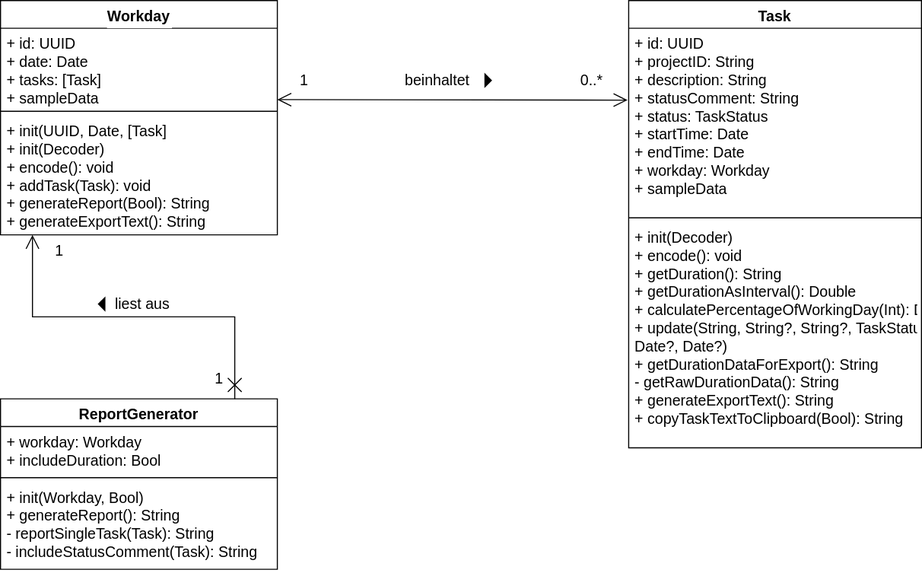
Obnoxieux/mtimelog keeps this draw.io diagram as Docs/Klassendiagramm.drawio.svg. Above is the earlier version. Source tidied: cells renumbered, new cells last; positions are measured from the earlier drawing's top-left corner, leaving out a move shared by most shapes.
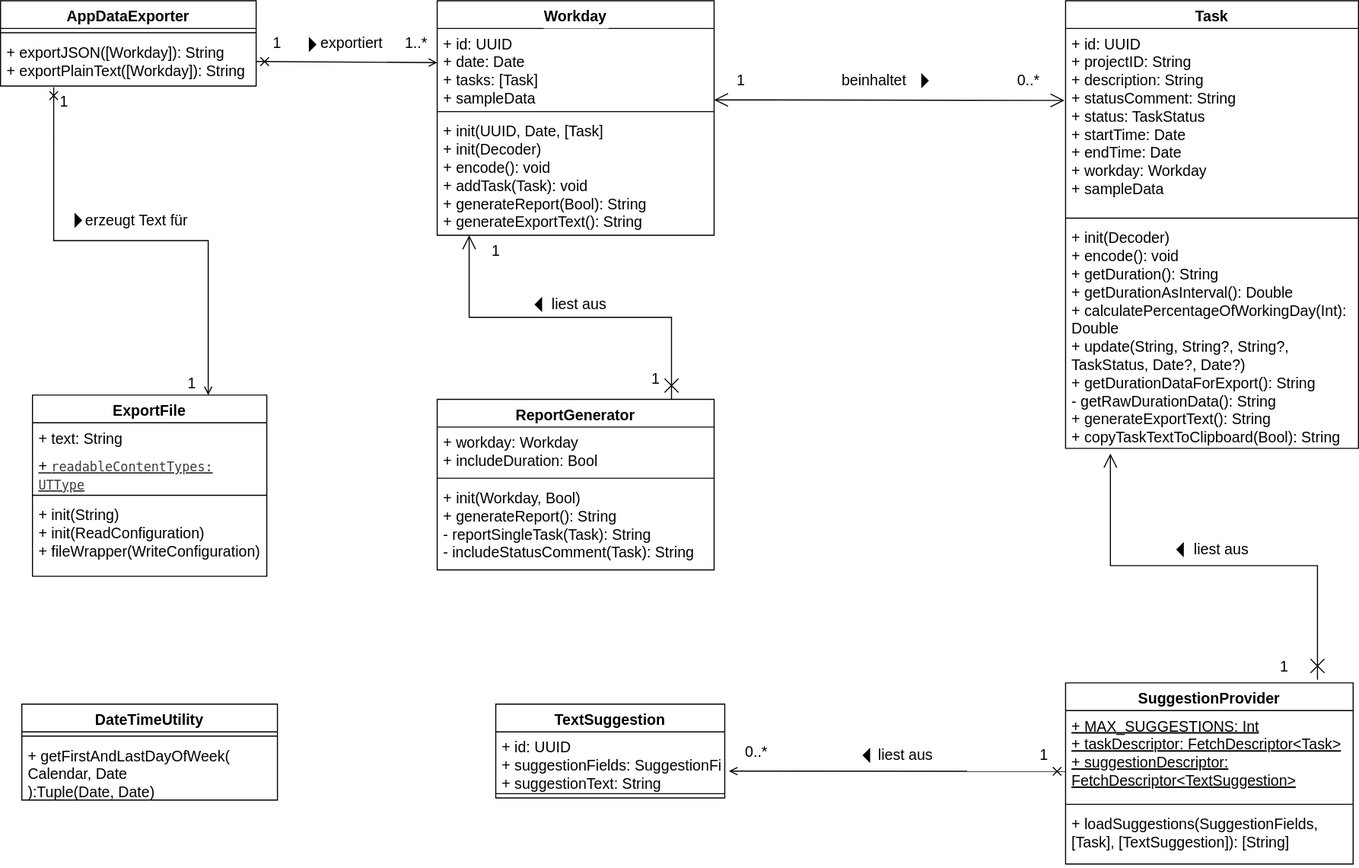
Above is the later version.

Commit message:
docs: finish extended class diagram

What changed in the source:
```diff
@@ -11,7 +11,7 @@
     <mxCell id="4" style="line;strokeWidth=1;fillColor=none;align=left;verticalAlign=middle;spacingTop=-1;spacingLeft=3;spacingRight=3;labelPosition=right;strokeColor=inherit;fontSize=14;" parent="2" vertex="1">
       <mxGeometry y="200" width="275" height="8" as="geometry" />
     </mxCell>
-    <mxCell id="5" value="+ init(Decoder)&#10;+ encode(): void&#10;+ getDuration(): String&#10;+ getDurationAsInterval(): Double&#10;+ calculatePercentageOfWorkingDay(Int): Double&#10;+ update(String, String?, String?, TaskStatus,&#10;    Date?, Date?)&#10;+ getDurationDataForExport(): String&#10;- getRawDurationData(): String&#10;+ generateExportText(): String&#10;+ copyTaskTextToClipboard(Bool): String" style="text;strokeColor=none;fillColor=none;align=left;verticalAlign=top;spacingLeft=4;spacingRight=4;overflow=hidden;points=[[0,0.5],[1,0.5]];portConstraint=eastwest;fontSize=14;" parent="2" vertex="1">
+    <mxCell id="5" value="+ init(Decoder)&#10;+ encode(): void&#10;+ getDuration(): String&#10;+ getDurationAsInterval(): Double&#10;+ calculatePercentageOfWorkingDay(Int): &#10;Double&#10;+ update(String, String?, String?, &#10;TaskStatus, Date?, Date?)&#10;+ getDurationDataForExport(): String&#10;- getRawDurationData(): String&#10;+ generateExportText(): String&#10;+ copyTaskTextToClipboard(Bool): String" style="text;strokeColor=none;fillColor=none;align=left;verticalAlign=top;spacingLeft=4;spacingRight=4;overflow=hidden;points=[[0,0.5],[1,0.5]];portConstraint=eastwest;fontSize=14;" parent="2" vertex="1">
       <mxGeometry y="208" width="275" height="212" as="geometry" />
     </mxCell>
     <mxCell id="6" value="Workday" style="swimlane;fontStyle=1;align=center;verticalAlign=top;horizontal=1;startSize=26;labelBackgroundColor=default;fontSize=14;" parent="1" vertex="1">
@@ -69,7 +69,7 @@
     <mxCell id="21" value="1" style="text;html=1;align=center;verticalAlign=middle;strokeColor=none;fillColor=none;fontSize=14;" parent="1" vertex="1">
       <mxGeometry x="40" y="220" width="30" height="30" as="geometry" />
     </mxCell>
-    <mxCell id="22" style="group;" parent="1" vertex="1">
+    <mxCell id="22" style="group;fontSize=14;" parent="1" vertex="1">
       <mxGeometry x="92" y="270" width="76" height="30" as="geometry" />
     </mxCell>
     <mxCell id="23" style="triangle;fillColor=strokeColor;labelBackgroundColor=none;fontSize=14;rotation=-180;" parent="22" vertex="1">
@@ -78,5 +78,134 @@
     <mxCell id="24" value="liest aus" style="text;html=1;align=center;verticalAlign=middle;strokeColor=none;fillColor=none;fontSize=14;" parent="22" vertex="1">
       <mxGeometry x="6" width="70" height="30" as="geometry" />
     </mxCell>
+    <mxCell id="25" value="TextSuggestion" style="swimlane;fontStyle=1;align=center;verticalAlign=top;horizontal=1;startSize=26;fontSize=14;" parent="1" vertex="1">
+      <mxGeometry x="55" y="660" width="215" height="88" as="geometry" />
+    </mxCell>
+    <mxCell id="26" value="+ id: UUID&#10;+ suggestionFields: SuggestionFields&#10;+ suggestionText: String" style="text;strokeColor=none;fillColor=none;align=left;verticalAlign=top;spacingLeft=4;spacingRight=4;overflow=hidden;points=[[0,0.5],[1,0.5]];portConstraint=eastwest;fontSize=14;" parent="25" vertex="1">
+      <mxGeometry y="26" width="215" height="54" as="geometry" />
+    </mxCell>
+    <mxCell id="27" style="line;strokeWidth=1;fillColor=none;align=left;verticalAlign=middle;spacingTop=-1;spacingLeft=3;spacingRight=3;labelPosition=right;strokeColor=inherit;fontSize=14;" parent="25" vertex="1">
+      <mxGeometry y="80" width="215" height="8" as="geometry" />
+    </mxCell>
+    <mxCell id="28" value="SuggestionProvider" style="swimlane;fontStyle=1;align=center;verticalAlign=top;horizontal=1;startSize=26;fontSize=14;" parent="1" vertex="1">
+      <mxGeometry x="590" y="640" width="270" height="170" as="geometry" />
+    </mxCell>
+    <mxCell id="29" value="+ MAX_SUGGESTIONS: Int&#10;+ taskDescriptor: FetchDescriptor&lt;Task&gt;&#10;+ suggestionDescriptor: &#10;FetchDescriptor&lt;TextSuggestion&gt;" style="text;strokeColor=none;fillColor=none;align=left;verticalAlign=top;spacingLeft=4;spacingRight=4;overflow=hidden;fontStyle=4;fontSize=14;" parent="28" vertex="1">
+      <mxGeometry y="26" width="270" height="84" as="geometry" />
+    </mxCell>
+    <mxCell id="30" style="line;strokeWidth=1;fillColor=none;align=left;verticalAlign=middle;spacingTop=-1;spacingLeft=3;spacingRight=3;labelPosition=right;strokeColor=inherit;fontSize=14;" parent="28" vertex="1">
+      <mxGeometry y="110" width="270" height="8" as="geometry" />
+    </mxCell>
+    <mxCell id="31" value="+ loadSuggestions(SuggestionFields, &#10;[Task], [TextSuggestion]): [String]" style="text;strokeColor=none;fillColor=none;align=left;verticalAlign=top;spacingLeft=4;spacingRight=4;overflow=hidden;fontSize=14;" parent="28" vertex="1">
+      <mxGeometry y="118" width="270" height="52" as="geometry" />
+    </mxCell>
+    <mxCell id="32" value="DateTimeUtility" style="swimlane;fontStyle=1;align=center;verticalAlign=top;horizontal=1;startSize=26;fontSize=14;" parent="1" vertex="1">
+      <mxGeometry x="-390" y="660" width="240" height="90" as="geometry" />
+    </mxCell>
+    <mxCell id="33" style="line;strokeWidth=1;fillColor=none;align=left;verticalAlign=middle;spacingTop=-1;spacingLeft=3;spacingRight=3;labelPosition=right;strokeColor=inherit;fontSize=14;" parent="32" vertex="1">
+      <mxGeometry y="26" width="240" height="8" as="geometry" />
+    </mxCell>
+    <mxCell id="34" value="+ getFirstAndLastDayOfWeek(&#10;Calendar, Date&#10;):Tuple(Date, Date)" style="text;strokeColor=none;fillColor=none;align=left;verticalAlign=top;spacingLeft=4;spacingRight=4;overflow=hidden;fontSize=14;" parent="32" vertex="1">
+      <mxGeometry y="34" width="240" height="56" as="geometry" />
+    </mxCell>
+    <mxCell id="35" value="AppDataExporter" style="swimlane;fontStyle=1;align=center;verticalAlign=top;horizontal=1;startSize=26;fontSize=14;" parent="1" vertex="1">
+      <mxGeometry x="-410" width="240" height="80" as="geometry" />
+    </mxCell>
+    <mxCell id="36" style="line;strokeWidth=1;fillColor=none;align=left;verticalAlign=middle;spacingTop=-1;spacingLeft=3;spacingRight=3;labelPosition=right;strokeColor=inherit;fontSize=14;" parent="35" vertex="1">
+      <mxGeometry y="26" width="240" height="8" as="geometry" />
+    </mxCell>
+    <mxCell id="37" value="+ exportJSON([Workday]): String&#10;+ exportPlainText([Workday]): String" style="text;strokeColor=none;fillColor=none;align=left;verticalAlign=top;spacingLeft=4;spacingRight=4;overflow=hidden;points=[[0,0.5],[1,0.5]];portConstraint=eastwest;fontSize=14;" parent="35" vertex="1">
+      <mxGeometry y="34" width="240" height="46" as="geometry" />
+    </mxCell>
+    <mxCell id="38" value="ExportFile" style="swimlane;fontStyle=1;align=center;verticalAlign=top;horizontal=1;startSize=26;fontSize=14;" parent="1" vertex="1">
+      <mxGeometry x="-380" y="370" width="220" height="170" as="geometry" />
+    </mxCell>
+    <mxCell id="39" value="+ text: String" style="text;strokeColor=none;fillColor=none;align=left;verticalAlign=top;spacingLeft=4;spacingRight=4;overflow=hidden;fontSize=14;" parent="38" vertex="1">
+      <mxGeometry y="26" width="220" height="34" as="geometry" />
+    </mxCell>
+    <mxCell id="40" value="+&amp;nbsp;&lt;span style=&quot;background-color: rgb(255, 255, 255); color: rgb(59, 59, 59); font-family: &amp;quot;Droid Sans Mono&amp;quot;, &amp;quot;monospace&amp;quot;, monospace; font-size: 12px;&quot;&gt;readableContentTypes: UTType&lt;/span&gt;" style="text;html=1;strokeColor=none;fillColor=none;align=left;verticalAlign=middle;whiteSpace=wrap;rounded=0;labelBackgroundColor=none;fontSize=14;fontStyle=4;spacingLeft=4;" parent="38" vertex="1">
+      <mxGeometry y="60" width="220" height="30" as="geometry" />
+    </mxCell>
+    <mxCell id="41" style="line;strokeWidth=1;fillColor=none;align=left;verticalAlign=middle;spacingTop=-1;spacingLeft=3;spacingRight=3;labelPosition=right;strokeColor=inherit;fontSize=14;" parent="38" vertex="1">
+      <mxGeometry y="90" width="220" height="8" as="geometry" />
+    </mxCell>
+    <mxCell id="42" value="+ init(String)&#10;+ init(ReadConfiguration)&#10;+ fileWrapper(WriteConfiguration)" style="text;strokeColor=none;fillColor=none;align=left;verticalAlign=top;spacingLeft=4;spacingRight=4;overflow=hidden;fontSize=14;" parent="38" vertex="1">
+      <mxGeometry y="98" width="220" height="72" as="geometry" />
+    </mxCell>
+    <mxCell id="43" style="endArrow=open;html=1;rounded=0;align=center;verticalAlign=bottom;labelBackgroundColor=none;fontSize=14;exitX=1;exitY=0.5;exitDx=0;exitDy=0;startArrow=cross;startFill=0;endFill=0;" parent="1" edge="1" source="37">
+      <mxGeometry relative="1" as="geometry">
+        <mxPoint y="58" as="targetPoint" />
+      </mxGeometry>
+    </mxCell>
+    <mxCell id="44" style="group;" parent="1" vertex="1">
+      <mxGeometry x="-120" y="25" width="70" height="30" as="geometry" />
+    </mxCell>
+    <mxCell id="45" style="triangle;fillColor=strokeColor;labelBackgroundColor=none;fontSize=14;" parent="44" vertex="1">
+      <mxGeometry y="10" width="6" height="12" as="geometry" />
+    </mxCell>
+    <mxCell id="46" value="exportiert" style="text;html=1;strokeColor=none;fillColor=none;align=center;verticalAlign=middle;whiteSpace=wrap;rounded=0;labelBackgroundColor=none;fontSize=14;" parent="44" vertex="1">
+      <mxGeometry x="10" width="60" height="30" as="geometry" />
+    </mxCell>
+    <mxCell id="47" value="1" style="text;html=1;strokeColor=none;fillColor=none;align=center;verticalAlign=middle;whiteSpace=wrap;rounded=0;labelBackgroundColor=none;fontSize=14;" parent="1" vertex="1">
+      <mxGeometry x="-180" y="25" width="60" height="30" as="geometry" />
+    </mxCell>
+    <mxCell id="48" value="1..*" style="text;html=1;align=center;verticalAlign=middle;strokeColor=none;fillColor=none;fontSize=14;" parent="1" vertex="1">
+      <mxGeometry x="-40" y="25" width="40" height="30" as="geometry" />
+    </mxCell>
+    <mxCell id="49" style="triangle;fillColor=strokeColor;labelBackgroundColor=none;fontSize=14;" parent="1" vertex="1">
+      <mxGeometry x="-340" y="200" width="6" height="12" as="geometry" />
+    </mxCell>
+    <mxCell id="50" style="endArrow=open;html=1;rounded=0;align=center;verticalAlign=bottom;labelBackgroundColor=none;fontSize=14;exitX=0.208;exitY=1.022;exitDx=0;exitDy=0;exitPerimeter=0;entryX=0.75;entryY=0;entryDx=0;entryDy=0;edgeStyle=orthogonalEdgeStyle;startArrow=cross;startFill=0;endFill=0;" parent="1" edge="1" source="37" target="38">
+      <mxGeometry relative="1" as="geometry" />
+    </mxCell>
+    <mxCell id="51" value="erzeugt Text für" style="text;html=1;strokeColor=none;fillColor=none;align=center;verticalAlign=middle;whiteSpace=wrap;rounded=0;labelBackgroundColor=none;fontSize=14;" parent="1" vertex="1">
+      <mxGeometry x="-334" y="191" width="104" height="30" as="geometry" />
+    </mxCell>
+    <mxCell id="52" value="1" style="text;html=1;strokeColor=none;fillColor=none;align=center;verticalAlign=middle;whiteSpace=wrap;rounded=0;labelBackgroundColor=none;fontSize=14;" parent="1" vertex="1">
+      <mxGeometry x="-380" y="80" width="60" height="30" as="geometry" />
+    </mxCell>
+    <mxCell id="53" value="1" style="text;html=1;strokeColor=none;fillColor=none;align=center;verticalAlign=middle;whiteSpace=wrap;rounded=0;labelBackgroundColor=none;fontSize=14;" parent="1" vertex="1">
+      <mxGeometry x="-260" y="344" width="60" height="30" as="geometry" />
+    </mxCell>
+    <mxCell id="54" style="endArrow=cross;html=1;rounded=0;align=center;verticalAlign=bottom;labelBackgroundColor=none;fontSize=14;exitX=1.018;exitY=0.682;exitDx=0;exitDy=0;exitPerimeter=0;startArrow=open;startFill=0;endFill=0;" parent="1" edge="1" source="26">
+      <mxGeometry relative="1" as="geometry">
+        <mxPoint x="590" y="723" as="targetPoint" />
+      </mxGeometry>
+    </mxCell>
+    <mxCell id="55" style="group;" parent="1" vertex="1">
+      <mxGeometry x="400" y="693" width="70" height="30" as="geometry" />
+    </mxCell>
+    <mxCell id="56" style="triangle;fillColor=strokeColor;labelBackgroundColor=none;fontSize=14;direction=west;" parent="55" vertex="1">
+      <mxGeometry y="9" width="6" height="12" as="geometry" />
+    </mxCell>
+    <mxCell id="57" value="liest aus" style="text;html=1;strokeColor=none;fillColor=none;align=center;verticalAlign=middle;whiteSpace=wrap;rounded=0;labelBackgroundColor=none;fontSize=14;" parent="55" vertex="1">
+      <mxGeometry x="10" width="60" height="30" as="geometry" />
+    </mxCell>
+    <mxCell id="58" value="0..*" style="text;html=1;strokeColor=none;fillColor=none;align=center;verticalAlign=middle;whiteSpace=wrap;rounded=0;labelBackgroundColor=none;fontSize=14;" parent="1" vertex="1">
+      <mxGeometry x="270" y="690" width="60" height="30" as="geometry" />
+    </mxCell>
+    <mxCell id="59" value="1" style="text;html=1;strokeColor=none;fillColor=none;align=center;verticalAlign=middle;whiteSpace=wrap;rounded=0;labelBackgroundColor=none;fontSize=14;" parent="1" vertex="1">
+      <mxGeometry x="540" y="693" width="60" height="30" as="geometry" />
+    </mxCell>
+    <mxCell id="60" style="endArrow=open;html=1;rounded=0;align=center;verticalAlign=bottom;labelBackgroundColor=none;fontSize=14;startSize=11;endSize=11;startArrow=cross;startFill=0;endFill=0;entryX=0.153;entryY=1.023;entryDx=0;entryDy=0;entryPerimeter=0;exitX=0.876;exitY=-0.017;exitDx=0;exitDy=0;exitPerimeter=0;edgeStyle=orthogonalEdgeStyle;" parent="1" edge="1" source="28" target="5">
+      <mxGeometry relative="1" as="geometry">
+        <Array as="points">
+          <mxPoint x="827" y="530" />
+          <mxPoint x="632" y="530" />
+        </Array>
+      </mxGeometry>
+    </mxCell>
+    <mxCell id="61" value="1" style="text;html=1;align=center;verticalAlign=middle;strokeColor=none;fillColor=none;fontSize=14;" parent="1" vertex="1">
+      <mxGeometry x="780" y="610" width="30" height="30" as="geometry" />
+    </mxCell>
+    <mxCell id="62" style="group;fontSize=14;" parent="1" vertex="1">
+      <mxGeometry x="694.5" y="500" width="76" height="30" as="geometry" />
+    </mxCell>
+    <mxCell id="63" style="triangle;fillColor=strokeColor;labelBackgroundColor=none;fontSize=14;rotation=-180;" parent="62" vertex="1">
+      <mxGeometry y="9" width="6" height="12" as="geometry" />
+    </mxCell>
+    <mxCell id="64" value="liest aus" style="text;html=1;align=center;verticalAlign=middle;strokeColor=none;fillColor=none;fontSize=14;" parent="62" vertex="1">
+      <mxGeometry x="6" width="70" height="30" as="geometry" />
+    </mxCell>
   </root>
 </mxGraphModel>
```
